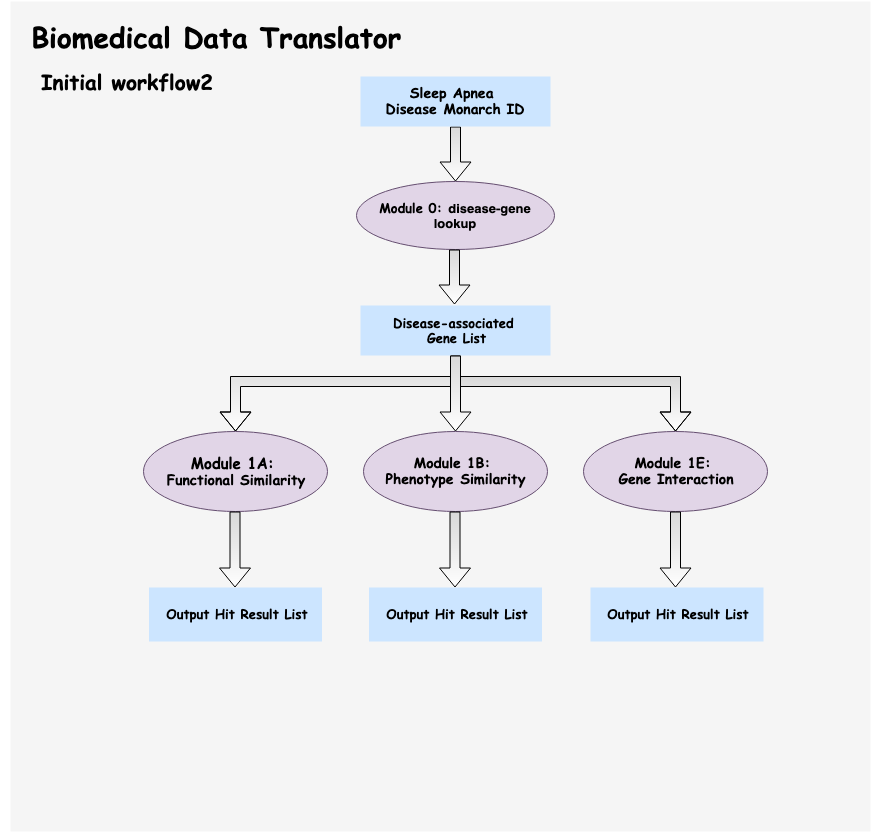
This is workflow2_diagram.png from imxiaow/SleepApnea-Presentation, a draw.io export, as it was before one commit. Source tidied: cells renumbered, new cells last; positions are measured from the earlier drawing's top-left corner, leaving out a move shared by most shapes.
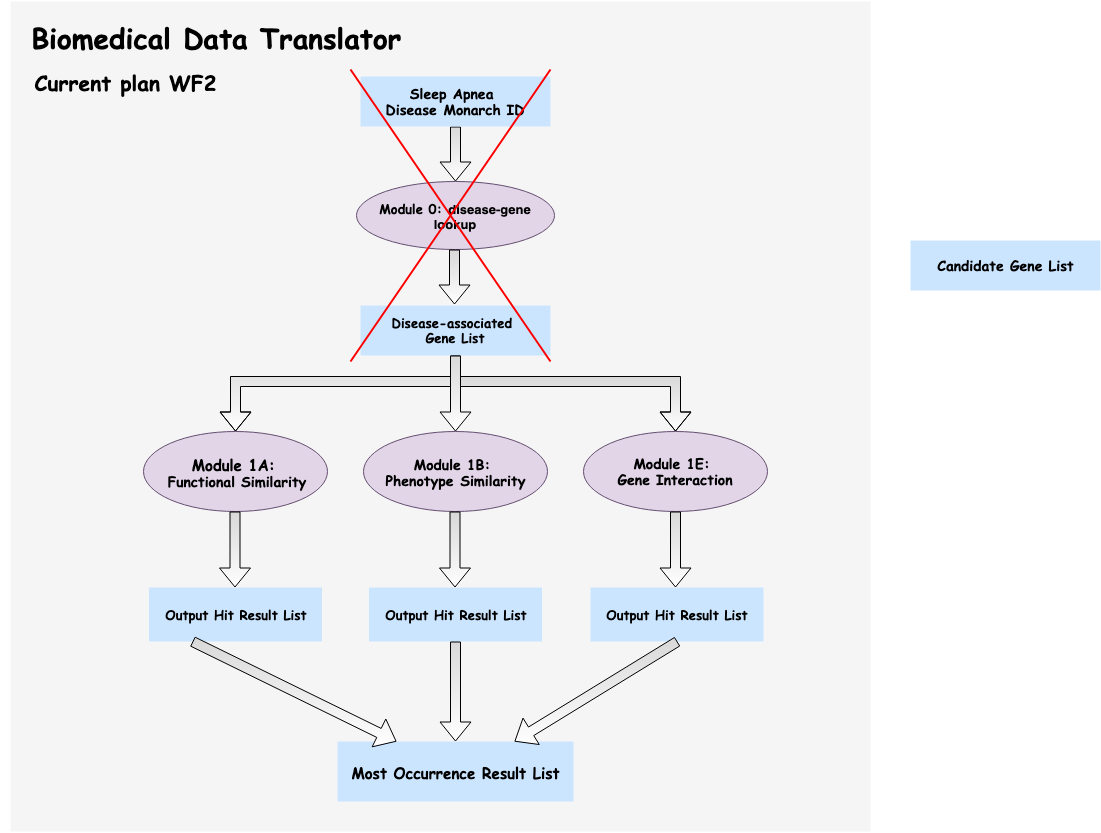
After the change.

What changed in the source:
```diff
@@ -5,7 +5,7 @@
     <mxCell id="2" style="rounded=0;whiteSpace=wrap;html=1;strokeColor=none;strokeWidth=3;fillColor=#f5f5f5;fontFamily=Comic Sans MS;fontColor=#333333;" parent="1" vertex="1">
       <mxGeometry x="10" width="860" height="830" as="geometry" />
     </mxCell>
-    <mxCell id="3" value="&lt;h2 style=&quot;text-align: left&quot;&gt;&lt;font face=&quot;Comic Sans MS&quot; style=&quot;font-size: 21px&quot;&gt;Initial workflow2&amp;nbsp;&lt;/font&gt;&lt;/h2&gt;" style="text;html=1;strokeColor=none;fillColor=none;align=center;verticalAlign=middle;whiteSpace=wrap;rounded=0;" parent="1" vertex="1">
+    <mxCell id="3" value="&lt;h2 style=&quot;text-align: left&quot;&gt;&lt;font face=&quot;Comic Sans MS&quot; style=&quot;font-size: 21px&quot;&gt;Current plan WF2&amp;nbsp;&lt;/font&gt;&lt;/h2&gt;" style="text;html=1;strokeColor=none;fillColor=none;align=center;verticalAlign=middle;whiteSpace=wrap;rounded=0;" parent="1" vertex="1">
       <mxGeometry x="30" y="60" width="200" height="40" as="geometry" />
     </mxCell>
     <mxCell id="4" style="edgeStyle=orthogonalEdgeStyle;rounded=0;jettySize=auto;html=1;shape=flexArrow;fillColor=#D9D9D9;gradientColor=#ffffff;" parent="1" edge="1" source="5">
@@ -90,5 +90,23 @@
     <mxCell id="21" value="&lt;h4 style=&quot;font-size: 13px&quot;&gt;&lt;font face=&quot;Comic Sans MS&quot;&gt;Output Hit Result List&lt;/font&gt;&lt;/h4&gt;" style="rounded=0;whiteSpace=wrap;html=1;fillColor=#cce5ff;strokeColor=none;" parent="1" vertex="1">
       <mxGeometry x="148.5" y="586" width="173" height="54" as="geometry" />
     </mxCell>
+    <mxCell id="22" value="&lt;h3&gt;&lt;font face=&quot;Comic Sans MS&quot; style=&quot;font-size: 15px&quot;&gt;Most Occurrence Result List&lt;/font&gt;&lt;/h3&gt;" style="rounded=0;whiteSpace=wrap;html=1;fillColor=#cce5ff;strokeColor=none;" parent="1" vertex="1">
+      <mxGeometry x="337" y="740" width="236" height="60" as="geometry" />
+    </mxCell>
+    <mxCell id="23" style="shape=flexArrow;endArrow=classic;html=1;strokeColor=#000000;strokeWidth=1;fillColor=#D9D9D9;gradientColor=#ffffff;fontFamily=Comic Sans MS;entryX=0.25;entryY=0;entryDx=0;entryDy=0;exitX=0.25;exitY=1;exitDx=0;exitDy=0;" parent="1" edge="1" source="21" target="22">
+      <mxGeometry relative="1" as="geometry" />
+    </mxCell>
+    <mxCell id="24" style="shape=flexArrow;endArrow=classic;html=1;strokeColor=#000000;strokeWidth=1;fillColor=#D9D9D9;gradientColor=#ffffff;fontFamily=Comic Sans MS;entryX=0.75;entryY=0;entryDx=0;entryDy=0;exitX=0.5;exitY=1;exitDx=0;exitDy=0;" parent="1" edge="1" source="14" target="22">
+      <mxGeometry relative="1" as="geometry" />
+    </mxCell>
+    <mxCell id="25" style="edgeStyle=orthogonalEdgeStyle;rounded=0;jettySize=auto;html=1;shape=flexArrow;fillColor=#D9D9D9;gradientColor=#ffffff;entryX=0.5;entryY=0;entryDx=0;entryDy=0;exitX=0.5;exitY=1;exitDx=0;exitDy=0;" parent="1" edge="1" source="20" target="22">
+      <mxGeometry relative="1" as="geometry" />
+    </mxCell>
+    <mxCell id="26" style="shape=umlDestroy;whiteSpace=wrap;html=1;strokeWidth=2;fontColor=#FF3333;strokeColor=#FF0000;perimeterSpacing=0;gradientColor=#FF66FF;shadow=0;" parent="1" vertex="1">
+      <mxGeometry x="350" y="68" width="200" height="292" as="geometry" />
+    </mxCell>
+    <mxCell id="27" value="&lt;h3&gt;&lt;font face=&quot;Comic Sans MS&quot;&gt;Candidate Gene List&lt;/font&gt;&lt;/h3&gt;" style="rounded=0;whiteSpace=wrap;html=1;fillColor=#cce5ff;strokeColor=none;" parent="1" vertex="1">
+      <mxGeometry x="910" y="239" width="190" height="50" as="geometry" />
+    </mxCell>
   </root>
 </mxGraphModel>
```
